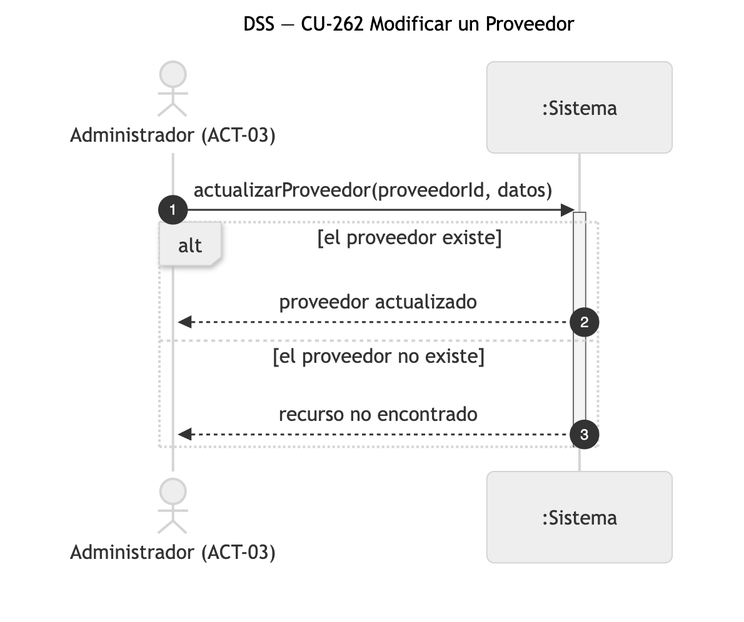
The Mermaid diagram diagramas/png/DSS_CU-262_Modificar-un-Proveedor.png in Nahuelito-Dev/splg-docs, before a commit. Its source is kept beside it as diagramas/DSS_CU-262_Modificar-un-Proveedor.mmd.
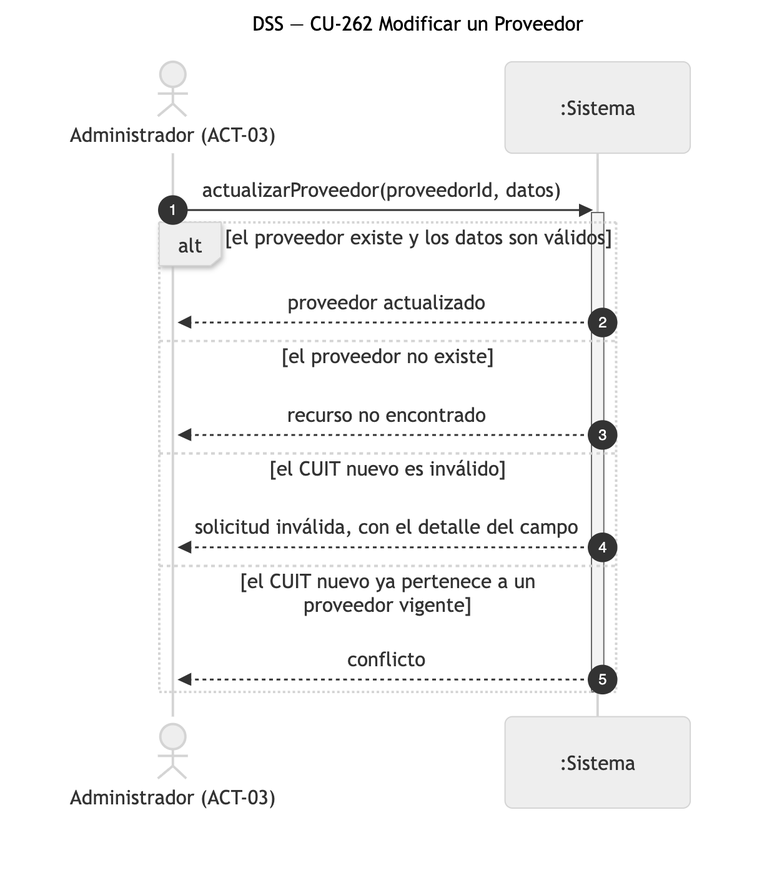
The same file after the commit.

What changed in the source:
```diff
@@ -6,9 +6,13 @@
 
     ADM->>SIS: actualizarProveedor(proveedorId, datos)
     activate SIS
-    alt el proveedor existe
+    alt el proveedor existe y los datos son válidos
         SIS-->>ADM: proveedor actualizado
     else el proveedor no existe
         SIS-->>ADM: recurso no encontrado
+    else el CUIT nuevo es inválido
+        SIS-->>ADM: solicitud inválida, con el detalle del campo
+    else el CUIT nuevo ya pertenece a un proveedor vigente
+        SIS-->>ADM: conflicto
     end
     deactivate SIS
```
